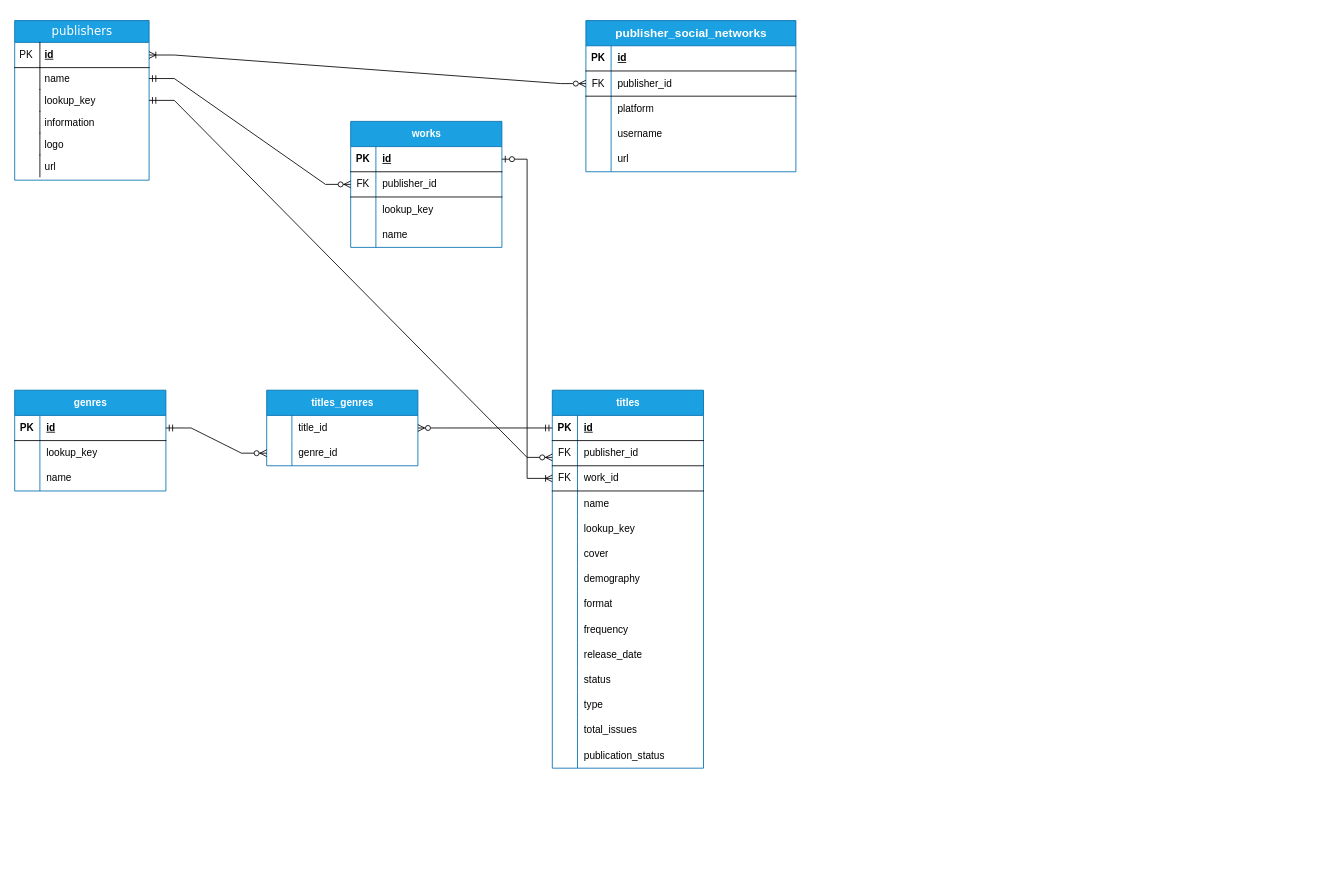
The draw.io diagram diagrams/collector.drawio in droidark/comixtorm, before the edit. Source tidied: cells renumbered, new cells numbered last; positions are measured from the earlier drawing's top-left corner, leaving out a move shared by most shapes. Both pictures are drawn from the tidied source at 84%, with x=0, y=0 at pixel (14, 20).
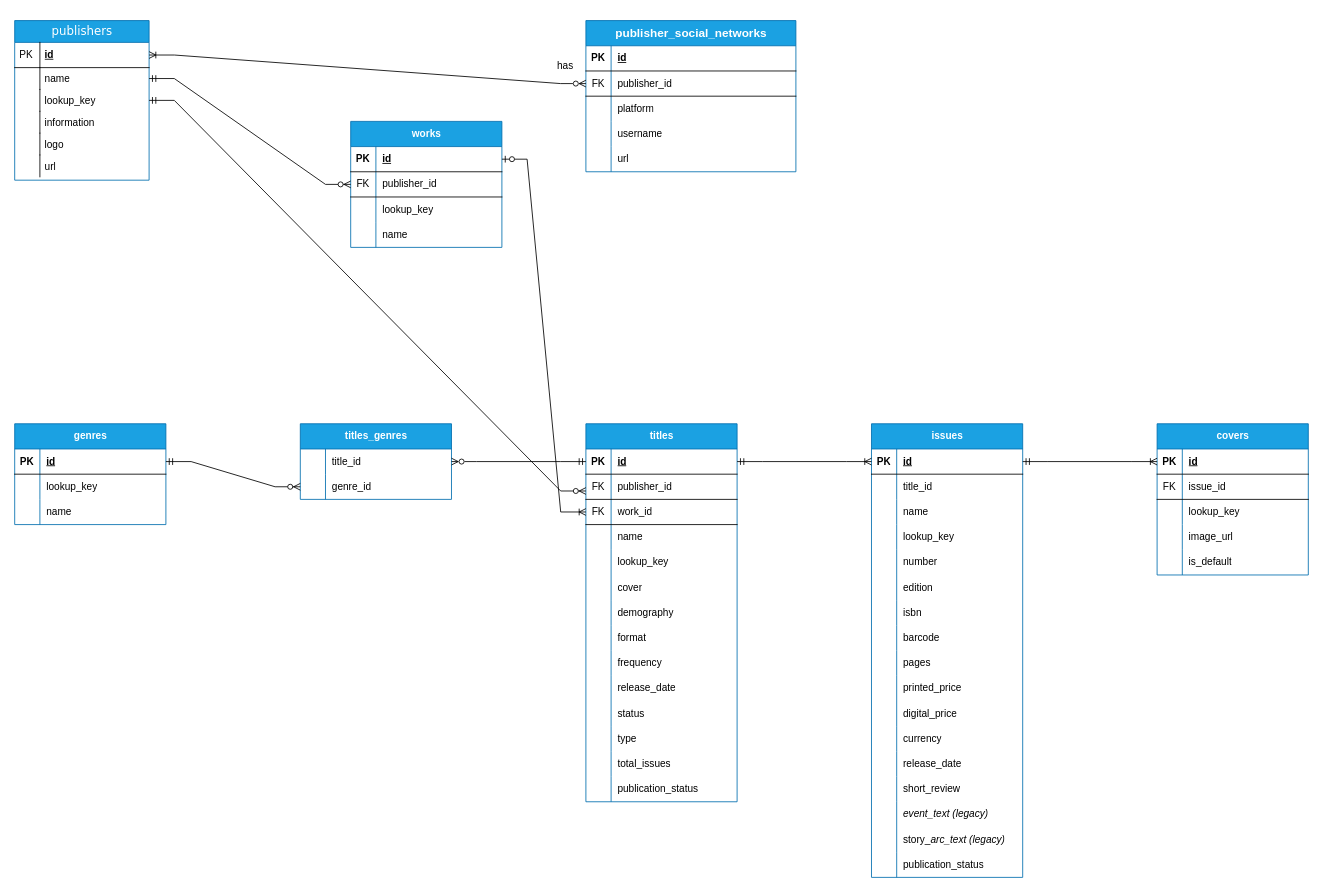
The same diagram, later.

The change refers to these unchanged cells:
```xml
<mxCell id="47" style="shape=tableRow;horizontal=0;startSize=0;swimlaneHead=0;swimlaneBody=0;fillColor=none;points=[[0,0.5],[1,0.5]];portConstraint=eastwest;top=0;left=0;right=0;bottom=1;" parent="46" vertex="1">
  <mxGeometry y="30" width="180" height="30" as="geometry" />
</mxCell>
```

Diff of the diagram source:
```diff
@@
     <mxCell id="46" value="titles" style="shape=table;startSize=30;childLayout=tableLayout;rowLines=0;fontStyle=1;align=center;html=1;fillColor=#1ba1e2;fontColor=#ffffff;strokeColor=#006EAF;" parent="1" vertex="1">
-      <mxGeometry x="640" y="440" width="180" height="450" as="geometry" />
+      <mxGeometry x="680" y="480" width="180" height="450" as="geometry" />
     </mxCell>
@@
     <mxCell id="91" value="genres" style="shape=table;startSize=30;childLayout=tableLayout;rowLines=0;fontStyle=1;align=center;html=1;fillColor=#1ba1e2;fontColor=#ffffff;strokeColor=#006EAF;" parent="1" vertex="1">
-      <mxGeometry y="440" width="180" height="120" as="geometry" />
+      <mxGeometry y="480" width="180" height="120" as="geometry" />
     </mxCell>
@@
     <mxCell id="101" value="titles_genres" style="shape=table;startSize=30;childLayout=tableLayout;rowLines=0;fontStyle=1;align=center;html=1;fillColor=#1ba1e2;fontColor=#ffffff;strokeColor=#006EAF;" parent="1" vertex="1">
-      <mxGeometry x="300" y="440" width="180" height="90" as="geometry" />
+      <mxGeometry x="340" y="480" width="180" height="90" as="geometry" />
     </mxCell>
@@
+    <mxCell id="110" value="issues" style="shape=table;startSize=30;childLayout=tableLayout;rowLines=0;fontStyle=1;align=center;html=1;fillColor=#1ba1e2;fontColor=#ffffff;strokeColor=#006EAF;" parent="1" vertex="1">
+      <mxGeometry x="1020" y="480" width="180" height="540" as="geometry" />
+    </mxCell>
+    <mxCell id="111" style="shape=tableRow;horizontal=0;startSize=0;swimlaneHead=0;swimlaneBody=0;fillColor=none;points=[[0,0.5],[1,0.5]];portConstraint=eastwest;top=0;left=0;right=0;bottom=1;" parent="110" vertex="1">
+      <mxGeometry y="30" width="180" height="30" as="geometry" />
+    </mxCell>
+    <mxCell id="112" value="PK" style="shape=partialRectangle;fillColor=none;top=0;left=0;bottom=0;right=0;fontStyle=1;overflow=hidden;whiteSpace=wrap;html=1;" parent="111" vertex="1">
+      <mxGeometry width="30" height="30" as="geometry" />
+    </mxCell>
+    <mxCell id="113" value="id" style="shape=partialRectangle;fillColor=none;top=0;left=0;bottom=0;right=0;align=left;spacingLeft=6;fontStyle=5;overflow=hidden;whiteSpace=wrap;html=1;" parent="111" vertex="1">
+      <mxGeometry x="30" width="150" height="30" as="geometry" />
+    </mxCell>
+    <mxCell id="114" style="shape=tableRow;horizontal=0;startSize=0;swimlaneHead=0;swimlaneBody=0;fillColor=none;top=0;left=0;right=0;bottom=0;" parent="110" vertex="1">
+      <mxGeometry y="60" width="180" height="30" as="geometry" />
+    </mxCell>
+    <mxCell id="115" style="shape=partialRectangle;fillColor=none;top=0;left=0;bottom=0;right=0;overflow=hidden;whiteSpace=wrap;html=1;" parent="114" vertex="1">
+      <mxGeometry width="30" height="30" as="geometry" />
+    </mxCell>
+    <mxCell id="116" value="title_id" style="shape=partialRectangle;fillColor=none;top=0;left=0;bottom=0;right=0;align=left;spacingLeft=6;overflow=hidden;whiteSpace=wrap;html=1;" parent="114" vertex="1">
+      <mxGeometry x="30" width="150" height="30" as="geometry" />
+    </mxCell>
+    <mxCell id="117" style="shape=tableRow;horizontal=0;startSize=0;swimlaneHead=0;swimlaneBody=0;fillColor=none;top=0;left=0;right=0;bottom=0;" parent="110" vertex="1">
+      <mxGeometry y="90" width="180" height="30" as="geometry" />
+    </mxCell>
+    <mxCell id="118" style="shape=partialRectangle;fillColor=none;top=0;left=0;bottom=0;right=0;overflow=hidden;whiteSpace=wrap;html=1;" parent="117" vertex="1">
+      <mxGeometry width="30" height="30" as="geometry" />
+    </mxCell>
+    <mxCell id="119" value="name" style="shape=partialRectangle;fillColor=none;top=0;left=0;bottom=0;right=0;align=left;spacingLeft=6;overflow=hidden;whiteSpace=wrap;html=1;" parent="117" vertex="1">
+      <mxGeometry x="30" width="150" height="30" as="geometry" />
+    </mxCell>
+    <mxCell id="120" style="shape=tableRow;horizontal=0;startSize=0;swimlaneHead=0;swimlaneBody=0;fillColor=none;top=0;left=0;right=0;bottom=0;" parent="110" vertex="1">
+      <mxGeometry y="120" width="180" height="30" as="geometry" />
+    </mxCell>
+    <mxCell id="121" style="shape=partialRectangle;fillColor=none;top=0;left=0;bottom=0;right=0;overflow=hidden;whiteSpace=wrap;html=1;" parent="120" vertex="1">
+      <mxGeometry width="30" height="30" as="geometry" />
+    </mxCell>
+    <mxCell id="122" value="lookup_key" style="shape=partialRectangle;fillColor=none;top=0;left=0;bottom=0;right=0;align=left;spacingLeft=6;overflow=hidden;whiteSpace=wrap;html=1;" parent="120" vertex="1">
+      <mxGeometry x="30" width="150" height="30" as="geometry" />
+    </mxCell>
+    <mxCell id="123" style="shape=tableRow;horizontal=0;startSize=0;swimlaneHead=0;swimlaneBody=0;fillColor=none;top=0;left=0;right=0;bottom=0;" parent="110" vertex="1">
+      <mxGeometry y="150" width="180" height="30" as="geometry" />
+    </mxCell>
+    <mxCell id="124" style="shape=partialRectangle;fillColor=none;top=0;left=0;bottom=0;right=0;overflow=hidden;whiteSpace=wrap;html=1;" parent="123" vertex="1">
+      <mxGeometry width="30" height="30" as="geometry" />
+    </mxCell>
+    <mxCell id="125" value="number" style="shape=partialRectangle;fillColor=none;top=0;left=0;bottom=0;right=0;align=left;spacingLeft=6;overflow=hidden;whiteSpace=wrap;html=1;" parent="123" vertex="1">
+      <mxGeometry x="30" width="150" height="30" as="geometry" />
+    </mxCell>
+    <mxCell id="126" style="shape=tableRow;horizontal=0;startSize=0;swimlaneHead=0;swimlaneBody=0;fillColor=none;top=0;left=0;right=0;bottom=0;" parent="110" vertex="1">
+      <mxGeometry y="180" width="180" height="30" as="geometry" />
+    </mxCell>
+    <mxCell id="127" style="shape=partialRectangle;fillColor=none;top=0;left=0;bottom=0;right=0;overflow=hidden;whiteSpace=wrap;html=1;" parent="126" vertex="1">
+      <mxGeometry width="30" height="30" as="geometry" />
+    </mxCell>
+    <mxCell id="128" value="edition" style="shape=partialRectangle;fillColor=none;top=0;left=0;bottom=0;right=0;align=left;spacingLeft=6;overflow=hidden;whiteSpace=wrap;html=1;" parent="126" vertex="1">
+      <mxGeometry x="30" width="150" height="30" as="geometry" />
+    </mxCell>
+    <mxCell id="129" style="shape=tableRow;horizontal=0;startSize=0;swimlaneHead=0;swimlaneBody=0;fillColor=none;top=0;left=0;right=0;bottom=0;" parent="110" vertex="1">
+      <mxGeometry y="210" width="180" height="30" as="geometry" />
+    </mxCell>
+    <mxCell id="130" style="shape=partialRectangle;fillColor=none;top=0;left=0;bottom=0;right=0;overflow=hidden;whiteSpace=wrap;html=1;" parent="129" vertex="1">
+      <mxGeometry width="30" height="30" as="geometry" />
+    </mxCell>
+    <mxCell id="131" value="isbn" style="shape=partialRectangle;fillColor=none;top=0;left=0;bottom=0;right=0;align=left;spacingLeft=6;overflow=hidden;whiteSpace=wrap;html=1;" parent="129" vertex="1">
+      <mxGeometry x="30" width="150" height="30" as="geometry" />
+    </mxCell>
+    <mxCell id="132" style="shape=tableRow;horizontal=0;startSize=0;swimlaneHead=0;swimlaneBody=0;fillColor=none;top=0;left=0;right=0;bottom=0;" parent="110" vertex="1">
+      <mxGeometry y="240" width="180" height="30" as="geometry" />
+    </mxCell>
+    <mxCell id="133" style="shape=partialRectangle;fillColor=none;top=0;left=0;bottom=0;right=0;overflow=hidden;whiteSpace=wrap;html=1;" parent="132" vertex="1">
+      <mxGeometry width="30" height="30" as="geometry" />
+    </mxCell>
+    <mxCell id="134" value="barcode" style="shape=partialRectangle;fillColor=none;top=0;left=0;bottom=0;right=0;align=left;spacingLeft=6;overflow=hidden;whiteSpace=wrap;html=1;" parent="132" vertex="1">
+      <mxGeometry x="30" width="150" height="30" as="geometry" />
+    </mxCell>
+    <mxCell id="135" style="shape=tableRow;horizontal=0;startSize=0;swimlaneHead=0;swimlaneBody=0;fillColor=none;top=0;left=0;right=0;bottom=0;" parent="110" vertex="1">
+      <mxGeometry y="270" width="180" height="30" as="geometry" />
+    </mxCell>
+    <mxCell id="136" style="shape=partialRectangle;fillColor=none;top=0;left=0;bottom=0;right=0;overflow=hidden;whiteSpace=wrap;html=1;" parent="135" vertex="1">
+      <mxGeometry width="30" height="30" as="geometry" />
+    </mxCell>
+    <mxCell id="137" value="pages" style="shape=partialRectangle;fillColor=none;top=0;left=0;bottom=0;right=0;align=left;spacingLeft=6;overflow=hidden;whiteSpace=wrap;html=1;" parent="135" vertex="1">
+      <mxGeometry x="30" width="150" height="30" as="geometry" />
+    </mxCell>
+    <mxCell id="138" style="shape=tableRow;horizontal=0;startSize=0;swimlaneHead=0;swimlaneBody=0;fillColor=none;top=0;left=0;right=0;bottom=0;" parent="110" vertex="1">
+      <mxGeometry y="300" width="180" height="30" as="geometry" />
+    </mxCell>
+    <mxCell id="139" style="shape=partialRectangle;fillColor=none;top=0;left=0;bottom=0;right=0;overflow=hidden;whiteSpace=wrap;html=1;" parent="138" vertex="1">
+      <mxGeometry width="30" height="30" as="geometry" />
+    </mxCell>
+    <mxCell id="140" value="printed_price" style="shape=partialRectangle;fillColor=none;top=0;left=0;bottom=0;right=0;align=left;spacingLeft=6;overflow=hidden;whiteSpace=wrap;html=1;" parent="138" vertex="1">
+      <mxGeometry x="30" width="150" height="30" as="geometry" />
+    </mxCell>
+    <mxCell id="141" style="shape=tableRow;horizontal=0;startSize=0;swimlaneHead=0;swimlaneBody=0;fillColor=none;top=0;left=0;right=0;bottom=0;" parent="110" vertex="1">
+      <mxGeometry y="330" width="180" height="30" as="geometry" />
+    </mxCell>
+    <mxCell id="142" style="shape=partialRectangle;fillColor=none;top=0;left=0;bottom=0;right=0;overflow=hidden;whiteSpace=wrap;html=1;" parent="141" vertex="1">
+      <mxGeometry width="30" height="30" as="geometry" />
+    </mxCell>
+    <mxCell id="143" value="digital_price" style="shape=partialRectangle;fillColor=none;top=0;left=0;bottom=0;right=0;align=left;spacingLeft=6;overflow=hidden;whiteSpace=wrap;html=1;" parent="141" vertex="1">
+      <mxGeometry x="30" width="150" height="30" as="geometry" />
+    </mxCell>
+    <mxCell id="144" style="shape=tableRow;horizontal=0;startSize=0;swimlaneHead=0;swimlaneBody=0;fillColor=none;top=0;left=0;right=0;bottom=0;" parent="110" vertex="1">
+      <mxGeometry y="360" width="180" height="30" as="geometry" />
+    </mxCell>
+    <mxCell id="145" style="shape=partialRectangle;fillColor=none;top=0;left=0;bottom=0;right=0;overflow=hidden;whiteSpace=wrap;html=1;" parent="144" vertex="1">
+      <mxGeometry width="30" height="30" as="geometry" />
+    </mxCell>
+    <mxCell id="146" value="currency" style="shape=partialRectangle;fillColor=none;top=0;left=0;bottom=0;right=0;align=left;spacingLeft=6;overflow=hidden;whiteSpace=wrap;html=1;" parent="144" vertex="1">
+      <mxGeometry x="30" width="150" height="30" as="geometry" />
+    </mxCell>
+    <mxCell id="147" style="shape=tableRow;horizontal=0;startSize=0;swimlaneHead=0;swimlaneBody=0;fillColor=none;top=0;left=0;right=0;bottom=0;" parent="110" vertex="1">
+      <mxGeometry y="390" width="180" height="30" as="geometry" />
+    </mxCell>
+    <mxCell id="148" style="shape=partialRectangle;fillColor=none;top=0;left=0;bottom=0;right=0;overflow=hidden;whiteSpace=wrap;html=1;" parent="147" vertex="1">
+      <mxGeometry width="30" height="30" as="geometry" />
+    </mxCell>
+    <mxCell id="149" value="release_date" style="shape=partialRectangle;fillColor=none;top=0;left=0;bottom=0;right=0;align=left;spacingLeft=6;overflow=hidden;whiteSpace=wrap;html=1;" parent="147" vertex="1">
+      <mxGeometry x="30" width="150" height="30" as="geometry" />
+    </mxCell>
+    <mxCell id="150" style="shape=tableRow;horizontal=0;startSize=0;swimlaneHead=0;swimlaneBody=0;fillColor=none;top=0;left=0;right=0;bottom=0;" parent="110" vertex="1">
+      <mxGeometry y="420" width="180" height="30" as="geometry" />
+    </mxCell>
+    <mxCell id="151" style="shape=partialRectangle;fillColor=none;top=0;left=0;bottom=0;right=0;overflow=hidden;whiteSpace=wrap;html=1;" parent="150" vertex="1">
+      <mxGeometry width="30" height="30" as="geometry" />
+    </mxCell>
+    <mxCell id="152" value="short_review" style="shape=partialRectangle;fillColor=none;top=0;left=0;bottom=0;right=0;align=left;spacingLeft=6;overflow=hidden;whiteSpace=wrap;html=1;" parent="150" vertex="1">
+      <mxGeometry x="30" width="150" height="30" as="geometry" />
+    </mxCell>
+    <mxCell id="153" style="shape=tableRow;horizontal=0;startSize=0;swimlaneHead=0;swimlaneBody=0;fillColor=none;top=0;left=0;right=0;bottom=0;" parent="110" vertex="1">
+      <mxGeometry y="450" width="180" height="30" as="geometry" />
+    </mxCell>
+    <mxCell id="154" style="shape=partialRectangle;fillColor=none;top=0;left=0;bottom=0;right=0;overflow=hidden;whiteSpace=wrap;html=1;" parent="153" vertex="1">
+      <mxGeometry width="30" height="30" as="geometry" />
+    </mxCell>
+    <mxCell id="155" value="&lt;i&gt;event_text (legacy)&lt;/i&gt;" style="shape=partialRectangle;fillColor=none;top=0;left=0;bottom=0;right=0;align=left;spacingLeft=6;overflow=hidden;whiteSpace=wrap;html=1;" parent="153" vertex="1">
+      <mxGeometry x="30" width="150" height="30" as="geometry" />
+    </mxCell>
+    <mxCell id="156" style="shape=tableRow;horizontal=0;startSize=0;swimlaneHead=0;swimlaneBody=0;fillColor=none;top=0;left=0;right=0;bottom=0;" parent="110" vertex="1">
+      <mxGeometry y="480" width="180" height="30" as="geometry" />
+    </mxCell>
+    <mxCell id="157" style="shape=partialRectangle;fillColor=none;top=0;left=0;bottom=0;right=0;overflow=hidden;whiteSpace=wrap;html=1;" parent="156" vertex="1">
+      <mxGeometry width="30" height="30" as="geometry" />
+    </mxCell>
+    <mxCell id="158" value="story_&lt;i&gt;arc_text (legacy)&lt;/i&gt;" style="shape=partialRectangle;fillColor=none;top=0;left=0;bottom=0;right=0;align=left;spacingLeft=6;overflow=hidden;whiteSpace=wrap;html=1;" parent="156" vertex="1">
+      <mxGeometry x="30" width="150" height="30" as="geometry" />
+    </mxCell>
+    <mxCell id="159" style="shape=tableRow;horizontal=0;startSize=0;swimlaneHead=0;swimlaneBody=0;fillColor=none;top=0;left=0;right=0;bottom=0;" parent="110" vertex="1">
+      <mxGeometry y="510" width="180" height="30" as="geometry" />
+    </mxCell>
+    <mxCell id="160" style="shape=partialRectangle;fillColor=none;top=0;left=0;bottom=0;right=0;overflow=hidden;whiteSpace=wrap;html=1;" parent="159" vertex="1">
+      <mxGeometry width="30" height="30" as="geometry" />
+    </mxCell>
+    <mxCell id="161" value="publication_status" style="shape=partialRectangle;fillColor=none;top=0;left=0;bottom=0;right=0;align=left;spacingLeft=6;overflow=hidden;whiteSpace=wrap;html=1;" parent="159" vertex="1">
+      <mxGeometry x="30" width="150" height="30" as="geometry" />
+    </mxCell>
+    <mxCell id="162" value="has" style="text;strokeColor=none;fillColor=none;spacingLeft=4;spacingRight=4;overflow=hidden;fontSize=12;whiteSpace=wrap;html=1;" parent="1" vertex="1">
+      <mxGeometry x="640" y="40" width="40" height="30" as="geometry" />
+    </mxCell>
+    <mxCell id="163" style="edgeStyle=entityRelationEdgeStyle;fontSize=12;html=1;endArrow=ERoneToMany;startArrow=ERmandOne;rounded=0;exitX=1;exitY=0.5;exitDx=0;exitDy=0;entryX=0;entryY=0.5;entryDx=0;entryDy=0;" parent="1" edge="1" source="47" target="111">
+      <mxGeometry relative="1" as="geometry" />
+    </mxCell>
+    <mxCell id="164" value="covers" style="shape=table;startSize=30;childLayout=tableLayout;rowLines=0;fontStyle=1;align=center;html=1;fillColor=#1ba1e2;fontColor=#ffffff;strokeColor=#006EAF;" parent="1" vertex="1">
+      <mxGeometry x="1360" y="480" width="180" height="180" as="geometry" />
+    </mxCell>
+    <mxCell id="165" style="shape=tableRow;horizontal=0;startSize=0;swimlaneHead=0;swimlaneBody=0;fillColor=none;points=[[0,0.5],[1,0.5]];portConstraint=eastwest;top=0;left=0;right=0;bottom=1;" parent="164" vertex="1">
+      <mxGeometry y="30" width="180" height="30" as="geometry" />
+    </mxCell>
+    <mxCell id="166" value="PK" style="shape=partialRectangle;fillColor=none;top=0;left=0;bottom=0;right=0;fontStyle=1;overflow=hidden;whiteSpace=wrap;html=1;" parent="165" vertex="1">
+      <mxGeometry width="30" height="30" as="geometry" />
+    </mxCell>
+    <mxCell id="167" value="id" style="shape=partialRectangle;fillColor=none;top=0;left=0;bottom=0;right=0;align=left;spacingLeft=6;fontStyle=5;overflow=hidden;whiteSpace=wrap;html=1;" parent="165" vertex="1">
+      <mxGeometry x="30" width="150" height="30" as="geometry" />
+    </mxCell>
+    <mxCell id="168" style="shape=tableRow;horizontal=0;startSize=0;swimlaneHead=0;swimlaneBody=0;fillColor=none;top=0;left=0;right=0;bottom=1;" parent="164" vertex="1">
+      <mxGeometry y="60" width="180" height="30" as="geometry" />
+    </mxCell>
+    <mxCell id="169" value="FK" style="shape=partialRectangle;fillColor=none;top=0;left=0;bottom=0;right=0;fontStyle=0;overflow=hidden;whiteSpace=wrap;html=1;" parent="168" vertex="1">
+      <mxGeometry width="30" height="30" as="geometry" />
+    </mxCell>
+    <mxCell id="170" value="issue_id" style="shape=partialRectangle;fillColor=none;top=0;left=0;bottom=0;right=0;align=left;spacingLeft=6;fontStyle=0;overflow=hidden;whiteSpace=wrap;html=1;" parent="168" vertex="1">
+      <mxGeometry x="30" width="150" height="30" as="geometry" />
+    </mxCell>
+    <mxCell id="171" style="shape=tableRow;horizontal=0;startSize=0;swimlaneHead=0;swimlaneBody=0;fillColor=none;top=0;left=0;right=0;bottom=0;" parent="164" vertex="1">
+      <mxGeometry y="90" width="180" height="30" as="geometry" />
+    </mxCell>
+    <mxCell id="172" style="shape=partialRectangle;fillColor=none;top=0;left=0;bottom=0;right=0;overflow=hidden;whiteSpace=wrap;html=1;" parent="171" vertex="1">
+      <mxGeometry width="30" height="30" as="geometry" />
+    </mxCell>
+    <mxCell id="173" value="lookup_key" style="shape=partialRectangle;fillColor=none;top=0;left=0;bottom=0;right=0;align=left;spacingLeft=6;overflow=hidden;whiteSpace=wrap;html=1;" parent="171" vertex="1">
+      <mxGeometry x="30" width="150" height="30" as="geometry" />
+    </mxCell>
+    <mxCell id="174" style="shape=tableRow;horizontal=0;startSize=0;swimlaneHead=0;swimlaneBody=0;fillColor=none;top=0;left=0;right=0;bottom=0;" parent="164" vertex="1">
+      <mxGeometry y="120" width="180" height="30" as="geometry" />
+    </mxCell>
+    <mxCell id="175" style="shape=partialRectangle;fillColor=none;top=0;left=0;bottom=0;right=0;overflow=hidden;whiteSpace=wrap;html=1;" parent="174" vertex="1">
+      <mxGeometry width="30" height="30" as="geometry" />
+    </mxCell>
+    <mxCell id="176" value="image_url" style="shape=partialRectangle;fillColor=none;top=0;left=0;bottom=0;right=0;align=left;spacingLeft=6;overflow=hidden;whiteSpace=wrap;html=1;" parent="174" vertex="1">
+      <mxGeometry x="30" width="150" height="30" as="geometry" />
+    </mxCell>
+    <mxCell id="177" style="shape=tableRow;horizontal=0;startSize=0;swimlaneHead=0;swimlaneBody=0;fillColor=none;top=0;left=0;right=0;bottom=0;" parent="164" vertex="1">
+      <mxGeometry y="150" width="180" height="30" as="geometry" />
+    </mxCell>
+    <mxCell id="178" style="shape=partialRectangle;fillColor=none;top=0;left=0;bottom=0;right=0;overflow=hidden;whiteSpace=wrap;html=1;" parent="177" vertex="1">
+      <mxGeometry width="30" height="30" as="geometry" />
+    </mxCell>
+    <mxCell id="179" value="is_default" style="shape=partialRectangle;fillColor=none;top=0;left=0;bottom=0;right=0;align=left;spacingLeft=6;overflow=hidden;whiteSpace=wrap;html=1;" parent="177" vertex="1">
+      <mxGeometry x="30" width="150" height="30" as="geometry" />
+    </mxCell>
+    <mxCell id="180" style="edgeStyle=entityRelationEdgeStyle;fontSize=12;html=1;endArrow=ERoneToMany;startArrow=ERmandOne;rounded=0;exitX=1;exitY=0.5;exitDx=0;exitDy=0;entryX=0;entryY=0.5;entryDx=0;entryDy=0;" parent="1" edge="1" source="111" target="165">
+      <mxGeometry relative="1" as="geometry" />
+    </mxCell>
```
